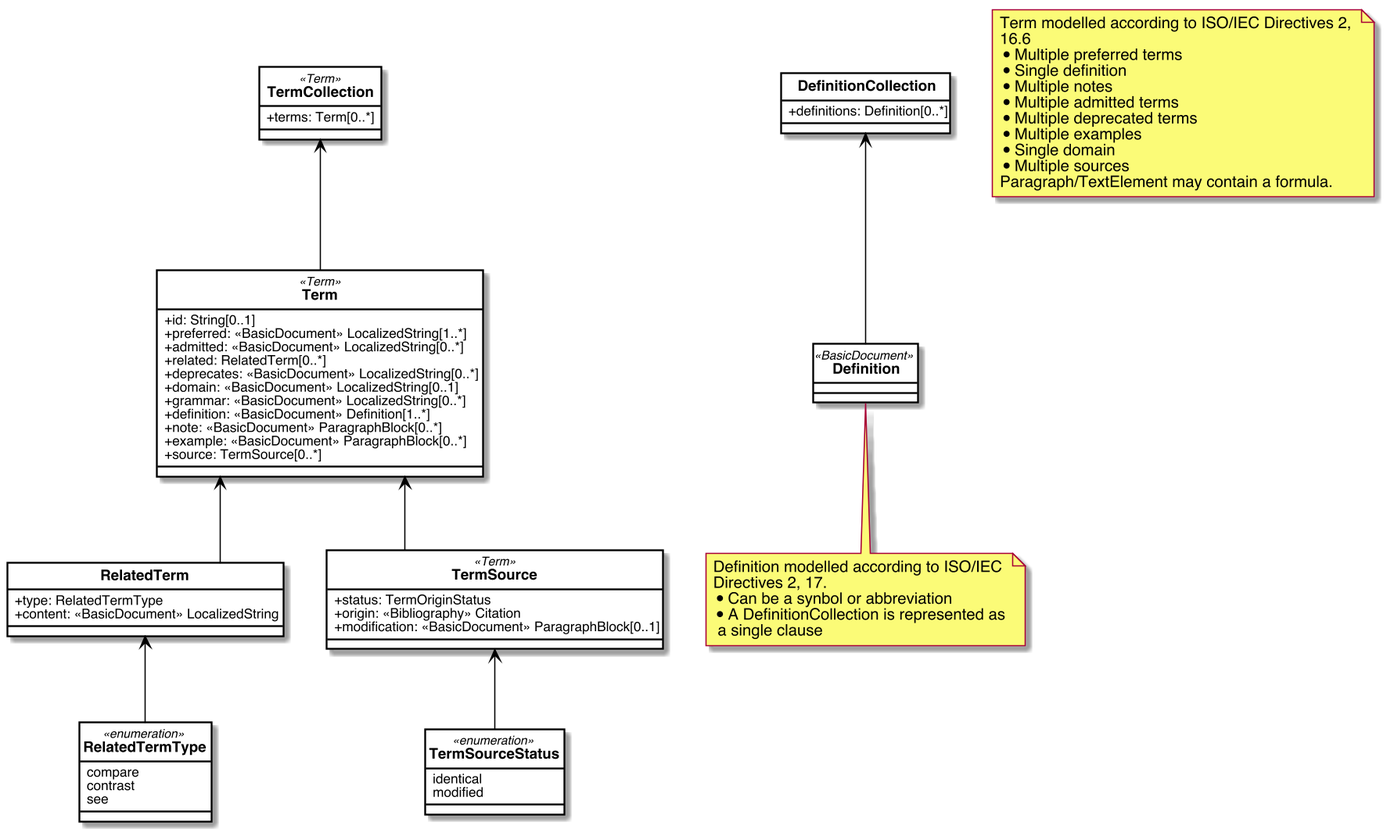
metanorma/standoc-models keeps this PlantUML diagram as standoc/images/StandardDoc_Terms.png. Above is the earlier version. Its diagram source:
```plantuml
@startuml StandardDoc_Terms


skinparam Dpi 150
skinparam Monochrome false
skinparam LineType ortho
hide circle
skinparam Default {
  TextAlignment center
  FontName Helvetica
}
skinparam Class {
  AttributeIconSize 0
  BackgroundColor White
  ArrowColor Black
  BorderColor Black
  FontStyle bold
  StereotypeFontSize 10
}
skinparam Rectangle {
  BackgroundColor White
  ArrowColor Black
  BorderColor Black
  FontStyle bold
  FontSize 11
  StereotypeFontSize 10
}
skinparam Object {
  BackgroundColor White
  ArrowColor Black
  BorderColor Black
  FontStyle bold
  FontSize 11
  StereotypeFontSize 10
}

skinparam Entity {
  StereotypeFontSize 10
}



class TermCollection <<Term>> {
    +terms: Term[0..*]
}

class Term <<Term>> {
    +id: String[0..1]
    +preferred: <<BasicDocument>> LocalizedString[1..*]
    +admitted: <<BasicDocument>> LocalizedString[0..*]
    +related: RelatedTerm[0..*]
    +deprecates: <<BasicDocument>> LocalizedString[0..*]
    +domain: <<BasicDocument>> LocalizedString[0..1]
    +grammar: <<BasicDocument>> LocalizedString[0..*]
    +definition: <<BasicDocument>> Definition[1..*]
    +note: <<BasicDocument>> ParagraphBlock[0..*]
    +example: <<BasicDocument>> ParagraphBlock[0..*]
    +source: TermSource[0..*]
}

class RelatedTerm {
    +type: RelatedTermType
    +content: <<BasicDocument>> LocalizedString
}

enum RelatedTermType <<enumeration>>{
   compare
   contrast
   see
}

class TermSource <<Term>>{
    +status: TermOriginStatus
    +origin: <<Bibliography>> Citation
    +modification: <<BasicDocument>> ParagraphBlock[0..1]
}

class DefinitionCollection{
    +definitions: Definition[0..*]
}

class Definition <<BasicDocument>>{

}

enum TermSourceStatus <<enumeration>>{
    identical
    modified
}

note "Term modelled according to ISO/IEC Directives 2,\n16.6\n* Multiple preferred terms\n* Single definition\n* Multiple notes\n* Multiple admitted terms\n* Multiple deprecated terms\n* Multiple examples\n* Single domain\n* Multiple sources\nParagraph/TextElement may contain a formula." as N1
note bottom of Definition: Definition modelled according to ISO/IEC\nDirectives 2, 17.\n* Can be a synbol or abbreviation\n* A DefinitionCollection is represented as\n a single clause

TermCollection <-- Term
Term <-- TermSource
TermSource <-- TermSourceStatus
Term <-- RelatedTerm
RelatedTerm <-- RelatedTermType

DefinitionCollection <-- Definition



@enduml
```
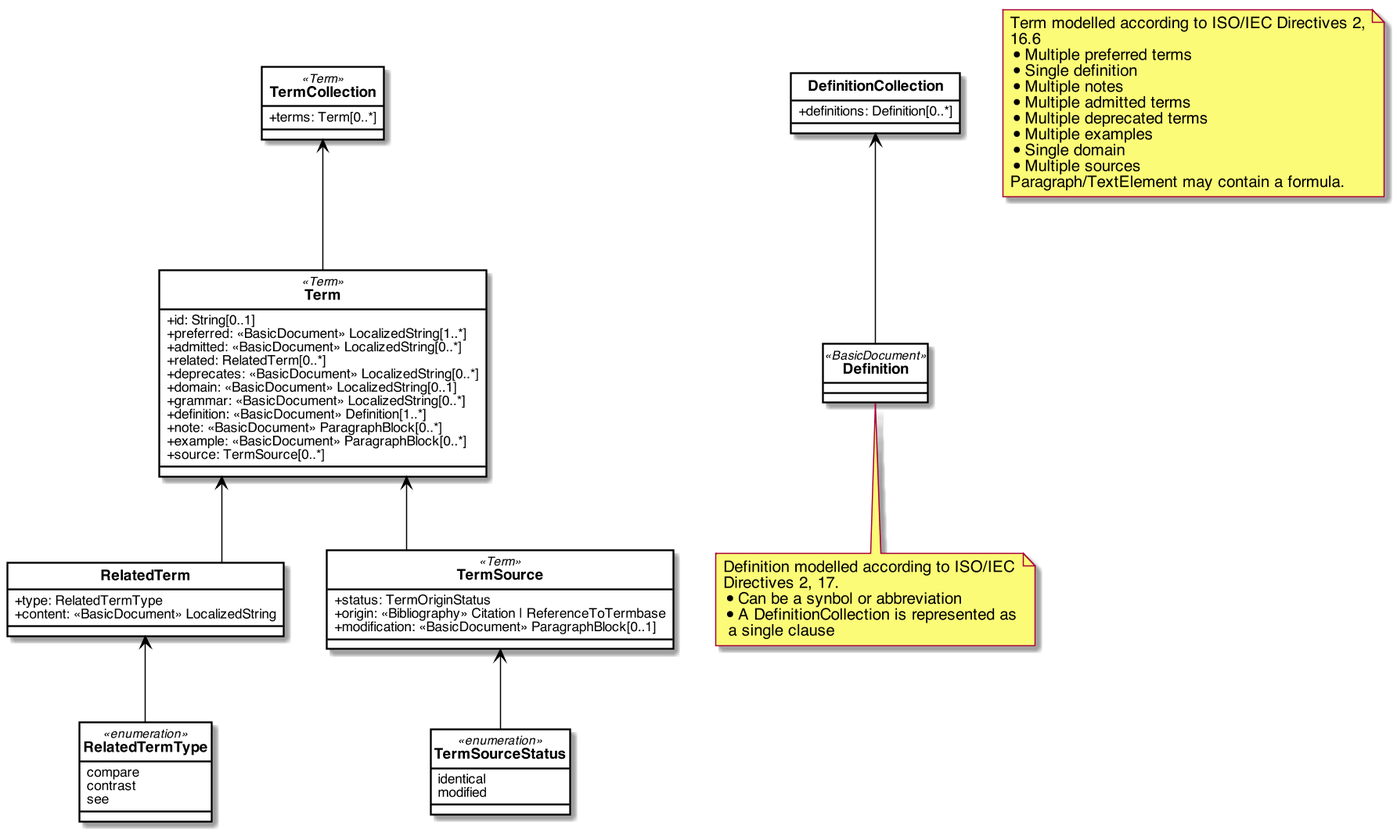
Above is the later version.

The edit, as a diff of the source:
```diff
@@ -71,7 +71,7 @@
 
 class TermSource <<Term>>{
     +status: TermOriginStatus
-    +origin: <<Bibliography>> Citation
+    +origin: <<Bibliography>> Citation | ReferenceToTermbase
     +modification: <<BasicDocument>> ParagraphBlock[0..1]
 }
 
```
